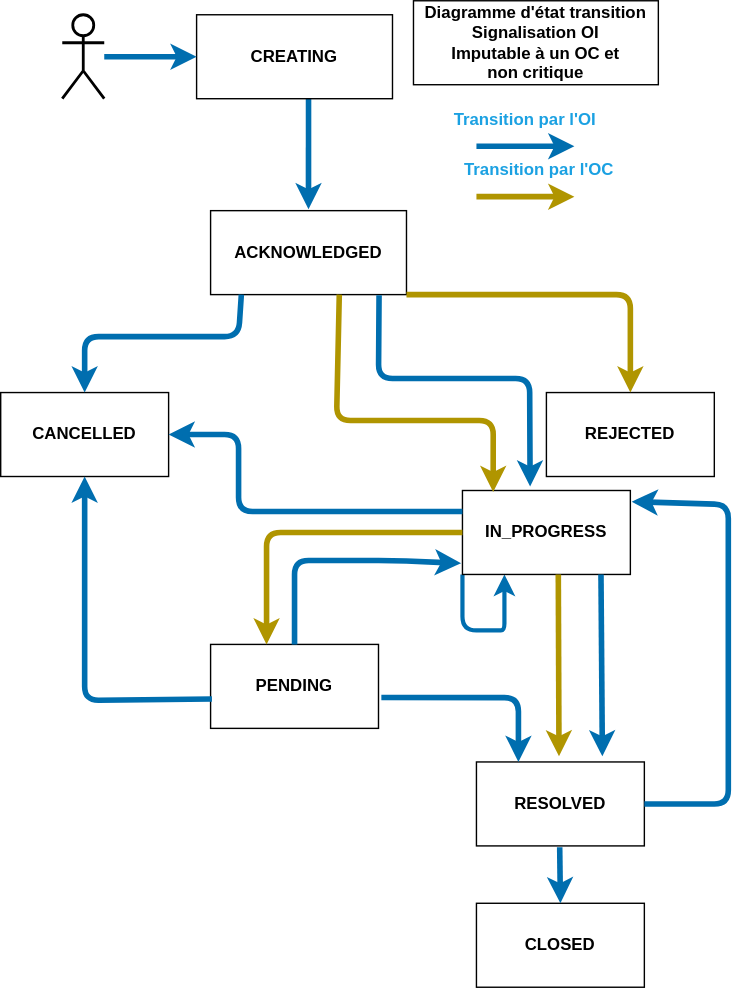
before-interop/malfacon keeps this draw.io diagram as statusOiOcImput.drawio.svg. Above is the earlier version. Source tidied: cells renumbered, new cells last; positions are measured from the earlier drawing's top-left corner, leaving out a move shared by most shapes.
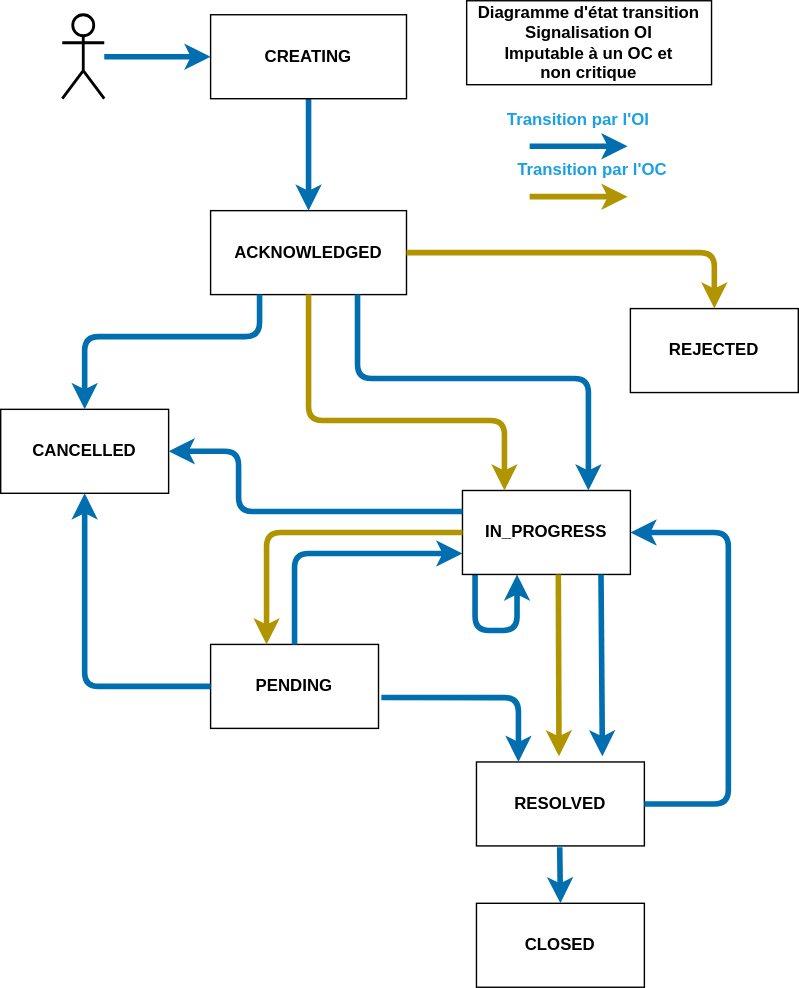
The same diagram one commit later.

The edit, as a diff of the source:
```diff
@@ -5,13 +5,13 @@
     <mxCell id="2" value="&lt;b&gt;ACKNOWLEDGED&lt;/b&gt;" style="rounded=0;whiteSpace=wrap;html=1;" parent="1" vertex="1">
       <mxGeometry x="150" y="150" width="140" height="60" as="geometry" />
     </mxCell>
-    <mxCell id="3" style="edgeStyle=none;html=1;exitX=0;exitY=1;exitDx=0;exitDy=0;entryX=0.25;entryY=1;entryDx=0;entryDy=0;strokeWidth=3;fillColor=#1ba1e2;strokeColor=#006EAF;" parent="1" edge="1" source="4" target="4">
+    <mxCell id="3" style="edgeStyle=none;html=1;exitX=0;exitY=1;exitDx=0;exitDy=0;entryX=0.25;entryY=1;entryDx=0;entryDy=0;strokeWidth=4;fillColor=#1ba1e2;strokeColor=#006EAF;" parent="1" edge="1">
       <mxGeometry relative="1" as="geometry">
+        <mxPoint x="339" y="410" as="sourcePoint" />
+        <mxPoint x="369" y="410" as="targetPoint" />
         <Array as="points">
-          <mxPoint x="330" y="450" />
-          <mxPoint x="350" y="450" />
-          <mxPoint x="360" y="450" />
-          <mxPoint x="360" y="440" />
+          <mxPoint x="339" y="450" />
+          <mxPoint x="369" y="450" />
         </Array>
       </mxGeometry>
     </mxCell>
@@ -30,12 +30,11 @@
     <mxCell id="8" style="shape=umlActor;verticalLabelPosition=bottom;verticalAlign=top;html=1;outlineConnect=0;fontColor=#1BA1E2;fontStyle=0;strokeWidth=2;" parent="1" vertex="1">
       <mxGeometry x="44" y="10" width="30" height="60" as="geometry" />
     </mxCell>
-    <mxCell id="9" style="edgeStyle=none;html=1;entryX=0.183;entryY=0.017;entryDx=0;entryDy=0;fillColor=#e3c800;strokeColor=#B09500;strokeWidth=4;exitX=0.657;exitY=1;exitDx=0;exitDy=0;entryPerimeter=0;exitPerimeter=0;" parent="1" edge="1" source="2" target="4">
+    <mxCell id="9" style="edgeStyle=none;html=1;entryX=0.25;entryY=0;entryDx=0;entryDy=0;fillColor=#e3c800;strokeColor=#B09500;strokeWidth=4;exitX=0.5;exitY=1;exitDx=0;exitDy=0;" parent="1" edge="1" source="2" target="4">
       <mxGeometry relative="1" as="geometry">
         <Array as="points">
-          <mxPoint x="240" y="300" />
-          <mxPoint x="320" y="300" />
-          <mxPoint x="352" y="300" />
+          <mxPoint x="220" y="300" />
+          <mxPoint x="360" y="300" />
         </Array>
       </mxGeometry>
     </mxCell>
@@ -47,11 +46,10 @@
         </Array>
       </mxGeometry>
     </mxCell>
-    <mxCell id="11" style="edgeStyle=none;html=1;fillColor=#1ba1e2;strokeColor=#006EAF;strokeWidth=4;exitX=0.5;exitY=0;exitDx=0;exitDy=0;entryX=-0.008;entryY=0.867;entryDx=0;entryDy=0;entryPerimeter=0;" parent="1" edge="1" source="5" target="4">
+    <mxCell id="11" style="edgeStyle=none;html=1;fillColor=#1ba1e2;strokeColor=#006EAF;strokeWidth=4;exitX=0.5;exitY=0;exitDx=0;exitDy=0;entryX=0;entryY=0.75;entryDx=0;entryDy=0;" parent="1" edge="1" source="5" target="4">
       <mxGeometry relative="1" as="geometry">
         <Array as="points">
-          <mxPoint x="210" y="400" />
-          <mxPoint x="280" y="400" />
+          <mxPoint x="210" y="395" />
         </Array>
       </mxGeometry>
     </mxCell>
@@ -67,13 +65,11 @@
         <mxPoint x="430" y="540" as="targetPoint" />
       </mxGeometry>
     </mxCell>
-    <mxCell id="14" style="edgeStyle=none;html=1;entryX=1.008;entryY=0.133;entryDx=0;entryDy=0;fillColor=#1ba1e2;strokeColor=#006EAF;strokeWidth=4;entryPerimeter=0;exitX=1;exitY=0.5;exitDx=0;exitDy=0;" parent="1" edge="1" source="6" target="4">
+    <mxCell id="14" style="edgeStyle=none;html=1;entryX=1;entryY=0.5;entryDx=0;entryDy=0;fillColor=#1ba1e2;strokeColor=#006EAF;strokeWidth=4;exitX=1;exitY=0.5;exitDx=0;exitDy=0;" parent="1" edge="1" source="6" target="4">
       <mxGeometry relative="1" as="geometry">
         <Array as="points">
           <mxPoint x="520" y="574" />
-          <mxPoint x="520" y="490" />
-          <mxPoint x="520" y="400" />
-          <mxPoint x="520" y="360" />
+          <mxPoint x="520" y="380" />
         </Array>
       </mxGeometry>
     </mxCell>
@@ -84,22 +80,20 @@
       </mxGeometry>
     </mxCell>
     <mxCell id="16" value="&lt;b&gt;CANCELLED&lt;/b&gt;" style="rounded=0;whiteSpace=wrap;html=1;" parent="1" vertex="1">
-      <mxGeometry y="280" width="120" height="60" as="geometry" />
+      <mxGeometry y="292" width="120" height="60" as="geometry" />
     </mxCell>
-    <mxCell id="17" style="edgeStyle=none;html=1;entryX=0.5;entryY=0;entryDx=0;entryDy=0;fillColor=#1ba1e2;strokeColor=#006EAF;strokeWidth=4;exitX=0.157;exitY=1;exitDx=0;exitDy=0;exitPerimeter=0;" parent="1" edge="1" source="2" target="16">
+    <mxCell id="17" style="edgeStyle=none;html=1;entryX=0.5;entryY=0;entryDx=0;entryDy=0;fillColor=#1ba1e2;strokeColor=#006EAF;strokeWidth=4;exitX=0.25;exitY=1;exitDx=0;exitDy=0;" parent="1" edge="1" source="2" target="16">
       <mxGeometry relative="1" as="geometry">
         <Array as="points">
-          <mxPoint x="170" y="240" />
-          <mxPoint x="140" y="240" />
-          <mxPoint x="120" y="240" />
+          <mxPoint x="185" y="240" />
           <mxPoint x="60" y="240" />
         </Array>
       </mxGeometry>
     </mxCell>
-    <mxCell id="18" style="edgeStyle=none;html=1;fillColor=#1ba1e2;strokeColor=#006EAF;strokeWidth=4;exitX=0.008;exitY=0.65;exitDx=0;exitDy=0;entryX=0.5;entryY=1;entryDx=0;entryDy=0;exitPerimeter=0;" parent="1" edge="1" source="5" target="16">
+    <mxCell id="18" style="edgeStyle=none;html=1;fillColor=#1ba1e2;strokeColor=#006EAF;strokeWidth=4;exitX=0;exitY=0.5;exitDx=0;exitDy=0;entryX=0.5;entryY=1;entryDx=0;entryDy=0;" parent="1" edge="1" source="5" target="16">
       <mxGeometry relative="1" as="geometry">
         <Array as="points">
-          <mxPoint x="60" y="500" />
+          <mxPoint x="60" y="490" />
         </Array>
       </mxGeometry>
     </mxCell>
@@ -107,52 +101,51 @@
       <mxGeometry relative="1" as="geometry">
         <Array as="points">
           <mxPoint x="170" y="365" />
-          <mxPoint x="170" y="310" />
+          <mxPoint x="170" y="322" />
         </Array>
       </mxGeometry>
     </mxCell>
     <mxCell id="20" value="&lt;b&gt;REJECTED&lt;/b&gt;" style="rounded=0;whiteSpace=wrap;html=1;" parent="1" vertex="1">
-      <mxGeometry x="390" y="280" width="120" height="60" as="geometry" />
+      <mxGeometry x="450" y="220" width="120" height="60" as="geometry" />
     </mxCell>
-    <mxCell id="21" style="edgeStyle=none;html=1;fillColor=#e3c800;strokeColor=#B09500;strokeWidth=4;entryX=0.5;entryY=0;entryDx=0;entryDy=0;exitX=1;exitY=1;exitDx=0;exitDy=0;" parent="1" edge="1" source="2" target="20">
+    <mxCell id="21" style="edgeStyle=none;html=1;fillColor=#e3c800;strokeColor=#B09500;strokeWidth=4;entryX=0.5;entryY=0;entryDx=0;entryDy=0;exitX=1;exitY=0.5;exitDx=0;exitDy=0;" parent="1" edge="1" source="2" target="20">
       <mxGeometry relative="1" as="geometry">
         <Array as="points">
-          <mxPoint x="450" y="210" />
+          <mxPoint x="510" y="180" />
         </Array>
       </mxGeometry>
     </mxCell>
-    <mxCell id="22" style="endArrow=classic;html=1;strokeWidth=4;fillColor=#1ba1e2;strokeColor=#006EAF;entryX=0.607;entryY=-0.017;entryDx=0;entryDy=0;entryPerimeter=0;" parent="1" edge="1">
+    <mxCell id="22" style="endArrow=classic;html=1;strokeWidth=4;fillColor=#1ba1e2;strokeColor=#006EAF;exitX=0.5;exitY=1;exitDx=0;exitDy=0;" parent="1" edge="1" source="28">
       <mxGeometry relative="1" as="geometry">
-        <mxPoint x="220" y="70" as="sourcePoint" />
-        <mxPoint x="220" y="149" as="targetPoint" />
+        <mxPoint x="220" y="150" as="targetPoint" />
       </mxGeometry>
     </mxCell>
     <mxCell id="23" value="&lt;b&gt;&lt;font style=&quot;font-size: 12px;&quot;&gt;Diagramme d'état transition Signalisation OI &lt;br&gt;Imputable à un OC et &lt;br&gt;non critique&lt;/font&gt;&lt;/b&gt;" style="text;html=1;strokeColor=black;fillColor=none;align=center;verticalAlign=middle;whiteSpace=wrap;rounded=0;fontSize=11;" parent="1" vertex="1">
-      <mxGeometry x="295" width="175" height="60" as="geometry" />
+      <mxGeometry x="333" width="175" height="60" as="geometry" />
     </mxCell>
     <mxCell id="24" style="endArrow=classic;html=1;strokeWidth=4;fillColor=#1ba1e2;strokeColor=#006EAF;" parent="1" edge="1">
       <mxGeometry relative="1" as="geometry">
-        <mxPoint x="340" y="104" as="sourcePoint" />
-        <mxPoint x="410" y="104" as="targetPoint" />
+        <mxPoint x="378" y="104" as="sourcePoint" />
+        <mxPoint x="448" y="104" as="targetPoint" />
       </mxGeometry>
     </mxCell>
     <mxCell id="25" value="&lt;b&gt;Transition par l'OI&lt;/b&gt;" style="text;html=1;strokeColor=none;fillColor=none;align=center;verticalAlign=middle;whiteSpace=wrap;rounded=0;fontColor=#1BA1E2;" parent="1" vertex="1">
-      <mxGeometry x="320" y="70" width="110" height="30" as="geometry" />
+      <mxGeometry x="358" y="70" width="110" height="30" as="geometry" />
     </mxCell>
     <mxCell id="26" value="&lt;b&gt;Transition par l'OC&lt;/b&gt;" style="text;html=1;strokeColor=none;fillColor=none;align=center;verticalAlign=middle;whiteSpace=wrap;rounded=0;fontColor=#1BA1E2;" parent="1" vertex="1">
-      <mxGeometry x="330" y="106" width="110" height="30" as="geometry" />
+      <mxGeometry x="368" y="106" width="110" height="30" as="geometry" />
     </mxCell>
     <mxCell id="27" style="edgeStyle=none;html=1;strokeWidth=4;fontColor=#1BA1E2;fillColor=#e3c800;strokeColor=#B09500;" parent="1" edge="1">
       <mxGeometry relative="1" as="geometry">
-        <mxPoint x="340" y="140" as="sourcePoint" />
-        <mxPoint x="410" y="140" as="targetPoint" />
+        <mxPoint x="378" y="140" as="sourcePoint" />
+        <mxPoint x="448" y="140" as="targetPoint" />
         <Array as="points">
-          <mxPoint x="400" y="140" />
+          <mxPoint x="438" y="140" />
         </Array>
       </mxGeometry>
     </mxCell>
     <mxCell id="28" value="&lt;b&gt;CREATING&lt;/b&gt;" style="rounded=0;whiteSpace=wrap;html=1;" parent="1" vertex="1">
-      <mxGeometry x="140" y="10" width="140" height="60" as="geometry" />
+      <mxGeometry x="150" y="10" width="140" height="60" as="geometry" />
     </mxCell>
     <mxCell id="29" style="endArrow=classic;html=1;strokeWidth=4;fillColor=#1ba1e2;strokeColor=#006EAF;entryX=0;entryY=0.5;entryDx=0;entryDy=0;" parent="1" edge="1" source="8" target="28">
       <mxGeometry relative="1" as="geometry" />
@@ -164,11 +157,11 @@
         </Array>
       </mxGeometry>
     </mxCell>
-    <mxCell id="31" style="endArrow=classic;html=1;strokeWidth=4;fillColor=#1ba1e2;strokeColor=#006EAF;exitX=0.86;exitY=1.007;exitDx=0;exitDy=0;exitPerimeter=0;entryX=0.403;entryY=-0.047;entryDx=0;entryDy=0;entryPerimeter=0;" parent="1" edge="1" source="2" target="4">
+    <mxCell id="31" style="endArrow=classic;html=1;strokeWidth=4;fillColor=#1ba1e2;strokeColor=#006EAF;exitX=0.75;exitY=1;exitDx=0;exitDy=0;entryX=0.75;entryY=0;entryDx=0;entryDy=0;" parent="1" edge="1" source="2" target="4">
       <mxGeometry relative="1" as="geometry">
         <Array as="points">
-          <mxPoint x="270" y="270" />
-          <mxPoint x="378" y="270" />
+          <mxPoint x="255" y="270" />
+          <mxPoint x="420" y="270" />
         </Array>
       </mxGeometry>
     </mxCell>
```
